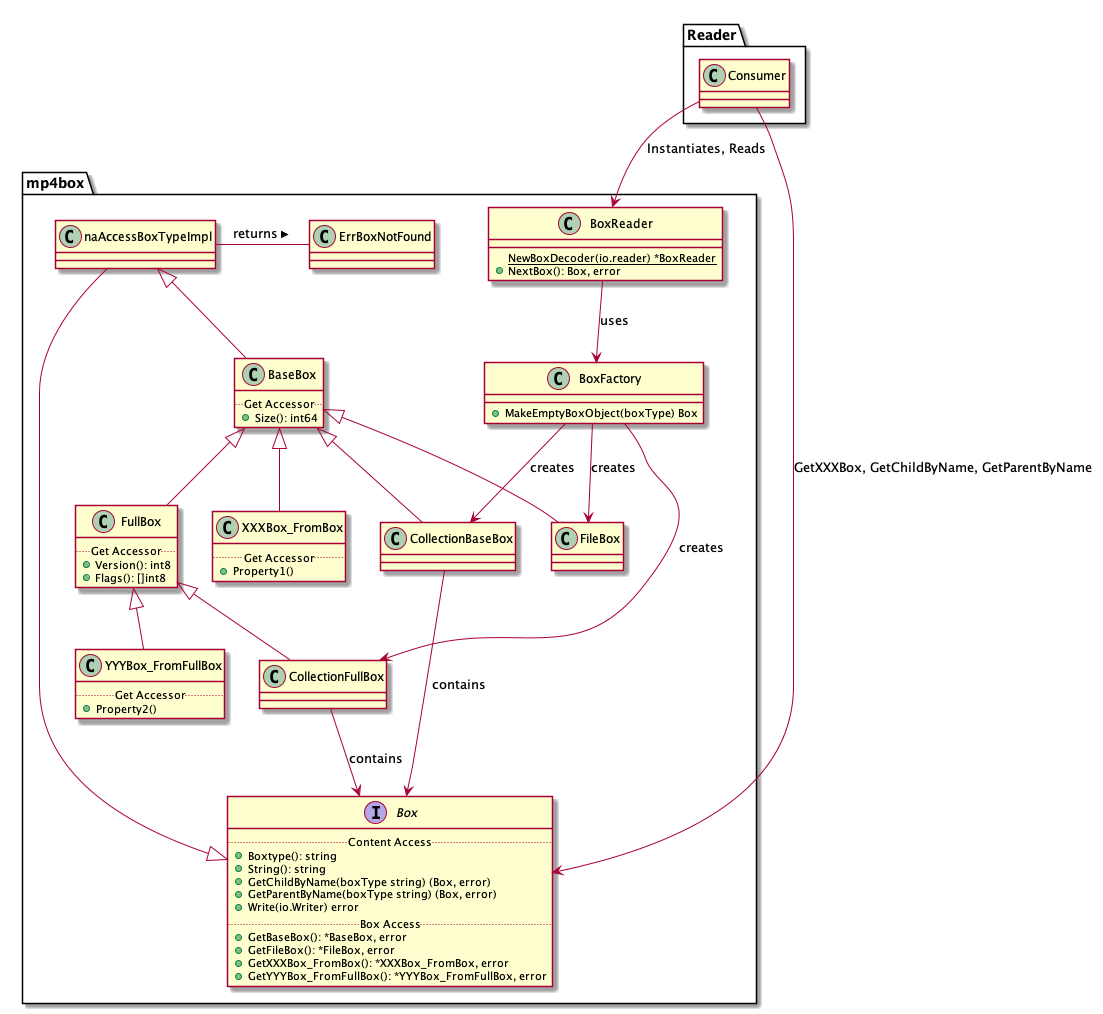
The PlantUML diagram out/class/mp4box.png in eswarantg/mp4box, before a commit.
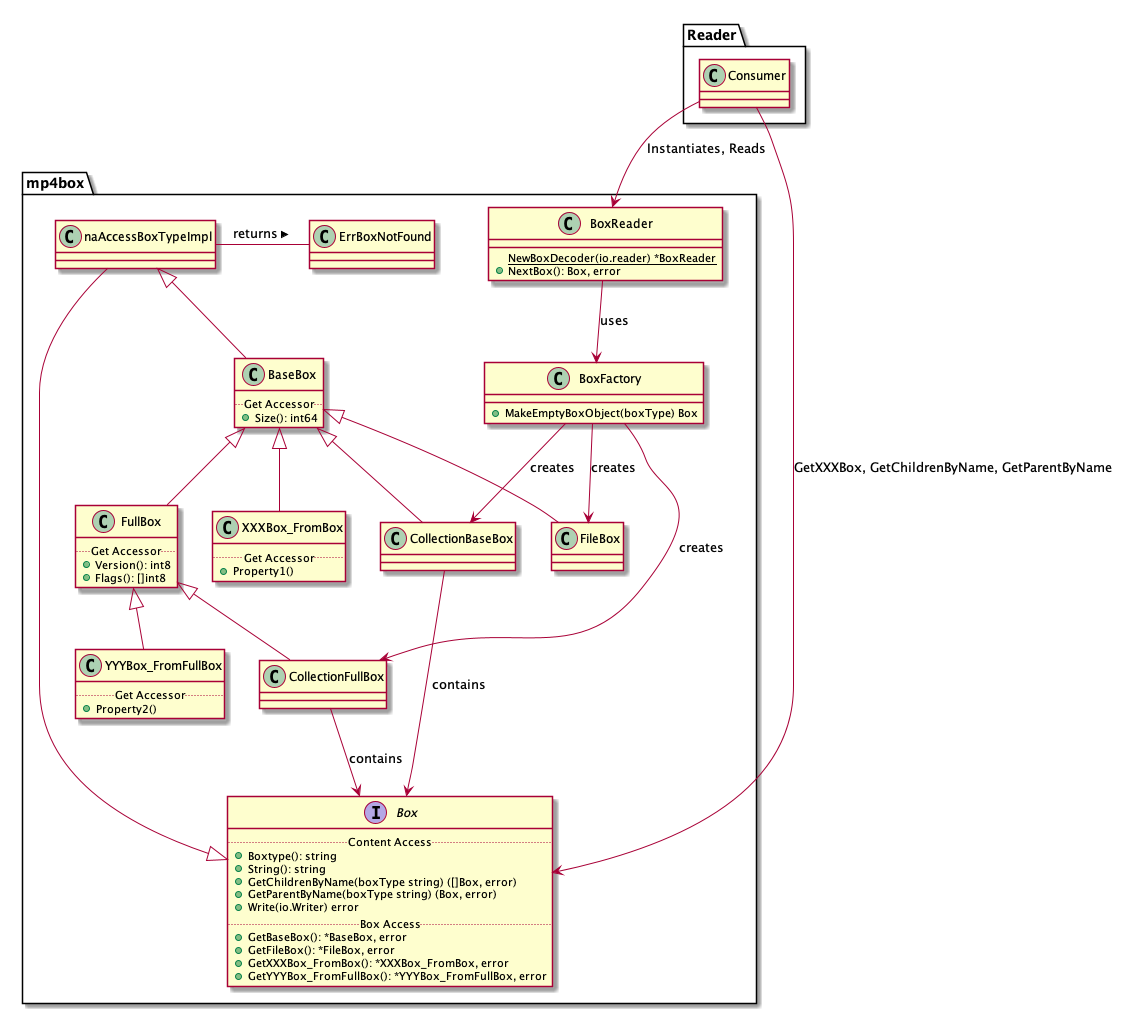
After the change.

What changed in the source:
```diff
@@ -4,7 +4,7 @@
         .. Content Access ..
         + Boxtype(): string
         + String(): string
-        + GetChildByName(boxType string) (Box, error)
+        + GetChildrenByName(boxType string) ([]Box, error)
         + GetParentByName(boxType string) (Box, error)
         + Write(io.Writer) error
         .. Box Access ..
@@ -62,6 +62,6 @@
 }
 package Reader {
     Consumer --> BoxReader : Instantiates, Reads
-    Consumer --> Box : GetXXXBox, GetChildByName, GetParentByName
+    Consumer --> Box : GetXXXBox, GetChildrenByName, GetParentByName
 }
 @endumlss
```
